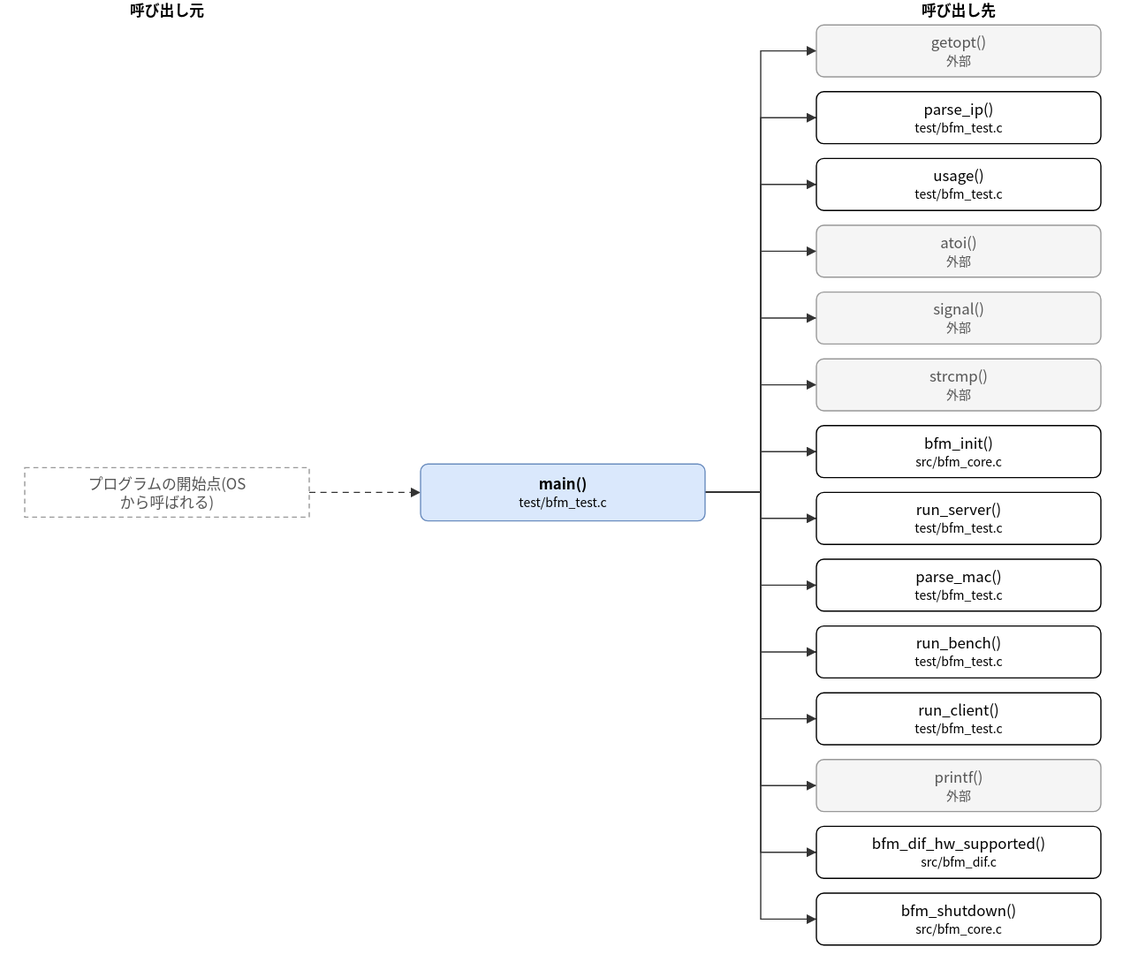
The draw.io diagram doc/spec/images/call_test_bfm_test-main.drawio.svg in hf355051012-ai/bfmem, before a commit. Source tidied: cells renumbered, new cells last; positions are measured from the earlier drawing's top-left corner, leaving out a move shared by most shapes.
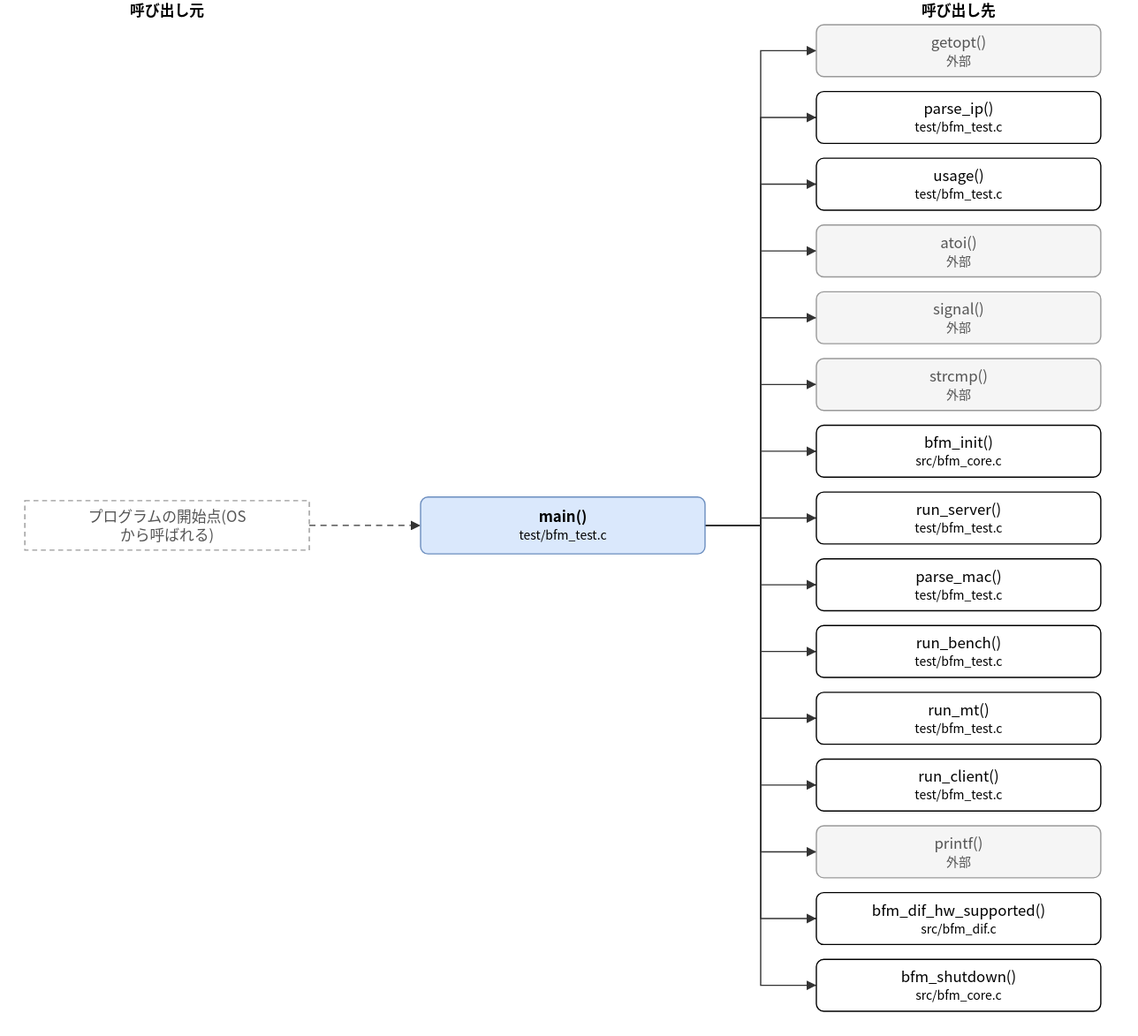
Later version of the same file.

What changed in the source:
```diff
@@ -3,7 +3,7 @@
     <mxCell id="0" />
     <mxCell id="1" parent="0" />
     <mxCell id="2" value="main()&lt;br&gt;&lt;font style=&quot;font-size:10px&quot;&gt;test/bfm_test.c&lt;/font&gt;" style="rounded=1;whiteSpace=wrap;html=1;fillColor=#dae8fc;strokeColor=#6c8ebf;fontStyle=1;" parent="1" vertex="1">
-      <mxGeometry x="320" y="375" width="230" height="46" as="geometry" />
+      <mxGeometry x="320" y="402" width="230" height="46" as="geometry" />
     </mxCell>
     <mxCell id="3" value="getopt()&lt;br&gt;&lt;font style=&quot;font-size:10px&quot;&gt;外部&lt;/font&gt;" style="rounded=1;whiteSpace=wrap;html=1;fillColor=#f5f5f5;strokeColor=#999999;fontColor=#555555;" parent="1" vertex="1">
       <mxGeometry x="640" y="20" width="230" height="42" as="geometry" />
@@ -35,25 +35,28 @@
     <mxCell id="12" value="run_bench()&lt;br&gt;&lt;font style=&quot;font-size:10px&quot;&gt;test/bfm_test.c&lt;/font&gt;" style="rounded=1;whiteSpace=wrap;html=1;" parent="1" vertex="1">
       <mxGeometry x="640" y="506" width="230" height="42" as="geometry" />
     </mxCell>
-    <mxCell id="13" value="run_client()&lt;br&gt;&lt;font style=&quot;font-size:10px&quot;&gt;test/bfm_test.c&lt;/font&gt;" style="rounded=1;whiteSpace=wrap;html=1;" parent="1" vertex="1">
+    <mxCell id="13" value="run_mt()&lt;br&gt;&lt;font style=&quot;font-size:10px&quot;&gt;test/bfm_test.c&lt;/font&gt;" style="rounded=1;whiteSpace=wrap;html=1;" parent="1" vertex="1">
       <mxGeometry x="640" y="560" width="230" height="42" as="geometry" />
     </mxCell>
-    <mxCell id="14" value="printf()&lt;br&gt;&lt;font style=&quot;font-size:10px&quot;&gt;外部&lt;/font&gt;" style="rounded=1;whiteSpace=wrap;html=1;fillColor=#f5f5f5;strokeColor=#999999;fontColor=#555555;" parent="1" vertex="1">
+    <mxCell id="14" value="run_client()&lt;br&gt;&lt;font style=&quot;font-size:10px&quot;&gt;test/bfm_test.c&lt;/font&gt;" style="rounded=1;whiteSpace=wrap;html=1;" parent="1" vertex="1">
       <mxGeometry x="640" y="614" width="230" height="42" as="geometry" />
     </mxCell>
-    <mxCell id="15" value="bfm_dif_hw_supported()&lt;br&gt;&lt;font style=&quot;font-size:10px&quot;&gt;src/bfm_dif.c&lt;/font&gt;" style="rounded=1;whiteSpace=wrap;html=1;" parent="1" vertex="1">
+    <mxCell id="15" value="printf()&lt;br&gt;&lt;font style=&quot;font-size:10px&quot;&gt;外部&lt;/font&gt;" style="rounded=1;whiteSpace=wrap;html=1;fillColor=#f5f5f5;strokeColor=#999999;fontColor=#555555;" parent="1" vertex="1">
       <mxGeometry x="640" y="668" width="230" height="42" as="geometry" />
     </mxCell>
-    <mxCell id="16" value="bfm_shutdown()&lt;br&gt;&lt;font style=&quot;font-size:10px&quot;&gt;src/bfm_core.c&lt;/font&gt;" style="rounded=1;whiteSpace=wrap;html=1;" parent="1" vertex="1">
+    <mxCell id="16" value="bfm_dif_hw_supported()&lt;br&gt;&lt;font style=&quot;font-size:10px&quot;&gt;src/bfm_dif.c&lt;/font&gt;" style="rounded=1;whiteSpace=wrap;html=1;" parent="1" vertex="1">
       <mxGeometry x="640" y="722" width="230" height="42" as="geometry" />
     </mxCell>
+    <mxCell id="35" value="bfm_shutdown()&lt;br&gt;&lt;font style=&quot;font-size:10px&quot;&gt;src/bfm_core.c&lt;/font&gt;" style="rounded=1;whiteSpace=wrap;html=1;" parent="1" vertex="1">
+      <mxGeometry x="640" y="776" width="230" height="42" as="geometry" />
+    </mxCell>
     <mxCell id="17" value="プログラムの開始点(OS&lt;br&gt;から呼ばれる)" style="rounded=0;whiteSpace=wrap;html=1;dashed=1;strokeColor=#999999;fontColor=#555555;dashed=1;" parent="1" vertex="1">
-      <mxGeometry y="378" width="230" height="40" as="geometry" />
+      <mxGeometry y="405" width="230" height="40" as="geometry" />
     </mxCell>
     <mxCell id="18" style="edgeStyle=none;html=1;rounded=0;endArrow=block;endFill=1;exitX=1.0000;exitY=0.5000;exitDx=0;exitDy=0;exitPerimeter=0;entryX=0.0000;entryY=0.5000;entryDx=0;entryDy=0;entryPerimeter=0;" parent="1" edge="1" source="2" target="3">
       <mxGeometry relative="1" as="geometry">
         <Array as="points">
-          <mxPoint x="595" y="398" />
+          <mxPoint x="595" y="425" />
           <mxPoint x="595" y="41" />
         </Array>
       </mxGeometry>
@@ -61,7 +64,7 @@
     <mxCell id="19" style="edgeStyle=none;html=1;rounded=0;endArrow=block;endFill=1;exitX=1.0000;exitY=0.5000;exitDx=0;exitDy=0;exitPerimeter=0;entryX=0.0000;entryY=0.5000;entryDx=0;entryDy=0;entryPerimeter=0;" parent="1" edge="1" source="2" target="4">
       <mxGeometry relative="1" as="geometry">
         <Array as="points">
-          <mxPoint x="595" y="398" />
+          <mxPoint x="595" y="425" />
           <mxPoint x="595" y="95" />
         </Array>
       </mxGeometry>
@@ -69,7 +72,7 @@
     <mxCell id="20" style="edgeStyle=none;html=1;rounded=0;endArrow=block;endFill=1;exitX=1.0000;exitY=0.5000;exitDx=0;exitDy=0;exitPerimeter=0;entryX=0.0000;entryY=0.5000;entryDx=0;entryDy=0;entryPerimeter=0;" parent="1" edge="1" source="2" target="5">
       <mxGeometry relative="1" as="geometry">
         <Array as="points">
-          <mxPoint x="595" y="398" />
+          <mxPoint x="595" y="425" />
           <mxPoint x="595" y="149" />
         </Array>
       </mxGeometry>
@@ -77,7 +80,7 @@
     <mxCell id="21" style="edgeStyle=none;html=1;rounded=0;endArrow=block;endFill=1;exitX=1.0000;exitY=0.5000;exitDx=0;exitDy=0;exitPerimeter=0;entryX=0.0000;entryY=0.5000;entryDx=0;entryDy=0;entryPerimeter=0;" parent="1" edge="1" source="2" target="6">
       <mxGeometry relative="1" as="geometry">
         <Array as="points">
-          <mxPoint x="595" y="398" />
+          <mxPoint x="595" y="425" />
           <mxPoint x="595" y="203" />
         </Array>
       </mxGeometry>
@@ -85,7 +88,7 @@
     <mxCell id="22" style="edgeStyle=none;html=1;rounded=0;endArrow=block;endFill=1;exitX=1.0000;exitY=0.5000;exitDx=0;exitDy=0;exitPerimeter=0;entryX=0.0000;entryY=0.5000;entryDx=0;entryDy=0;entryPerimeter=0;" parent="1" edge="1" source="2" target="7">
       <mxGeometry relative="1" as="geometry">
         <Array as="points">
-          <mxPoint x="595" y="398" />
+          <mxPoint x="595" y="425" />
           <mxPoint x="595" y="257" />
         </Array>
       </mxGeometry>
@@ -93,7 +96,7 @@
     <mxCell id="23" style="edgeStyle=none;html=1;rounded=0;endArrow=block;endFill=1;exitX=1.0000;exitY=0.5000;exitDx=0;exitDy=0;exitPerimeter=0;entryX=0.0000;entryY=0.5000;entryDx=0;entryDy=0;entryPerimeter=0;" parent="1" edge="1" source="2" target="8">
       <mxGeometry relative="1" as="geometry">
         <Array as="points">
-          <mxPoint x="595" y="398" />
+          <mxPoint x="595" y="425" />
           <mxPoint x="595" y="311" />
         </Array>
       </mxGeometry>
@@ -101,7 +104,7 @@
     <mxCell id="24" style="edgeStyle=none;html=1;rounded=0;endArrow=block;endFill=1;exitX=1.0000;exitY=0.5000;exitDx=0;exitDy=0;exitPerimeter=0;entryX=0.0000;entryY=0.5000;entryDx=0;entryDy=0;entryPerimeter=0;" parent="1" edge="1" source="2" target="9">
       <mxGeometry relative="1" as="geometry">
         <Array as="points">
-          <mxPoint x="595" y="398" />
+          <mxPoint x="595" y="425" />
           <mxPoint x="595" y="365" />
         </Array>
       </mxGeometry>
@@ -109,7 +112,7 @@
     <mxCell id="25" style="edgeStyle=none;html=1;rounded=0;endArrow=block;endFill=1;exitX=1.0000;exitY=0.5000;exitDx=0;exitDy=0;exitPerimeter=0;entryX=0.0000;entryY=0.5000;entryDx=0;entryDy=0;entryPerimeter=0;" parent="1" edge="1" source="2" target="10">
       <mxGeometry relative="1" as="geometry">
         <Array as="points">
-          <mxPoint x="595" y="398" />
+          <mxPoint x="595" y="425" />
           <mxPoint x="595" y="419" />
         </Array>
       </mxGeometry>
@@ -117,7 +120,7 @@
     <mxCell id="26" style="edgeStyle=none;html=1;rounded=0;endArrow=block;endFill=1;exitX=1.0000;exitY=0.5000;exitDx=0;exitDy=0;exitPerimeter=0;entryX=0.0000;entryY=0.5000;entryDx=0;entryDy=0;entryPerimeter=0;" parent="1" edge="1" source="2" target="11">
       <mxGeometry relative="1" as="geometry">
         <Array as="points">
-          <mxPoint x="595" y="398" />
+          <mxPoint x="595" y="425" />
           <mxPoint x="595" y="473" />
         </Array>
       </mxGeometry>
@@ -125,7 +128,7 @@
     <mxCell id="27" style="edgeStyle=none;html=1;rounded=0;endArrow=block;endFill=1;exitX=1.0000;exitY=0.5000;exitDx=0;exitDy=0;exitPerimeter=0;entryX=0.0000;entryY=0.5000;entryDx=0;entryDy=0;entryPerimeter=0;" parent="1" edge="1" source="2" target="12">
       <mxGeometry relative="1" as="geometry">
         <Array as="points">
-          <mxPoint x="595" y="398" />
+          <mxPoint x="595" y="425" />
           <mxPoint x="595" y="527" />
         </Array>
       </mxGeometry>
@@ -133,7 +136,7 @@
     <mxCell id="28" style="edgeStyle=none;html=1;rounded=0;endArrow=block;endFill=1;exitX=1.0000;exitY=0.5000;exitDx=0;exitDy=0;exitPerimeter=0;entryX=0.0000;entryY=0.5000;entryDx=0;entryDy=0;entryPerimeter=0;" parent="1" edge="1" source="2" target="13">
       <mxGeometry relative="1" as="geometry">
         <Array as="points">
-          <mxPoint x="595" y="398" />
+          <mxPoint x="595" y="425" />
           <mxPoint x="595" y="581" />
         </Array>
       </mxGeometry>
@@ -141,7 +144,7 @@
     <mxCell id="29" style="edgeStyle=none;html=1;rounded=0;endArrow=block;endFill=1;exitX=1.0000;exitY=0.5000;exitDx=0;exitDy=0;exitPerimeter=0;entryX=0.0000;entryY=0.5000;entryDx=0;entryDy=0;entryPerimeter=0;" parent="1" edge="1" source="2" target="14">
       <mxGeometry relative="1" as="geometry">
         <Array as="points">
-          <mxPoint x="595" y="398" />
+          <mxPoint x="595" y="425" />
           <mxPoint x="595" y="635" />
         </Array>
       </mxGeometry>
@@ -149,7 +152,7 @@
     <mxCell id="30" style="edgeStyle=none;html=1;rounded=0;endArrow=block;endFill=1;exitX=1.0000;exitY=0.5000;exitDx=0;exitDy=0;exitPerimeter=0;entryX=0.0000;entryY=0.5000;entryDx=0;entryDy=0;entryPerimeter=0;" parent="1" edge="1" source="2" target="15">
       <mxGeometry relative="1" as="geometry">
         <Array as="points">
-          <mxPoint x="595" y="398" />
+          <mxPoint x="595" y="425" />
           <mxPoint x="595" y="689" />
         </Array>
       </mxGeometry>
@@ -157,14 +160,22 @@
     <mxCell id="31" style="edgeStyle=none;html=1;rounded=0;endArrow=block;endFill=1;exitX=1.0000;exitY=0.5000;exitDx=0;exitDy=0;exitPerimeter=0;entryX=0.0000;entryY=0.5000;entryDx=0;entryDy=0;entryPerimeter=0;" parent="1" edge="1" source="2" target="16">
       <mxGeometry relative="1" as="geometry">
         <Array as="points">
-          <mxPoint x="595" y="398" />
+          <mxPoint x="595" y="425" />
           <mxPoint x="595" y="743" />
         </Array>
       </mxGeometry>
     </mxCell>
-    <mxCell id="32" style="edgeStyle=none;html=1;rounded=0;endArrow=block;endFill=1;exitX=1.0000;exitY=0.5000;exitDx=0;exitDy=0;exitPerimeter=0;entryX=0.0000;entryY=0.5000;entryDx=0;entryDy=0;entryPerimeter=0;dashed=1;" parent="1" edge="1" source="17" target="2">
-      <mxGeometry relative="1" as="geometry" />
+    <mxCell id="32" style="edgeStyle=none;html=1;rounded=0;endArrow=block;endFill=1;exitX=1.0000;exitY=0.5000;exitDx=0;exitDy=0;exitPerimeter=0;entryX=0.0000;entryY=0.5000;entryDx=0;entryDy=0;entryPerimeter=0;" parent="1" edge="1" source="2" target="35">
+      <mxGeometry relative="1" as="geometry">
+        <Array as="points">
+          <mxPoint x="595" y="425" />
+          <mxPoint x="595" y="797" />
+        </Array>
+      </mxGeometry>
     </mxCell>
+    <mxCell id="36" style="edgeStyle=none;html=1;rounded=0;endArrow=block;endFill=1;exitX=1.0000;exitY=0.5000;exitDx=0;exitDy=0;exitPerimeter=0;entryX=0.0000;entryY=0.5000;entryDx=0;entryDy=0;entryPerimeter=0;dashed=1;" parent="1" edge="1" source="17" target="2">
+      <mxGeometry relative="1" as="geometry" />
+    </mxCell>
     <mxCell id="33" value="呼び出し元" style="text;html=1;align=center;fontStyle=1;" parent="1" vertex="1">
       <mxGeometry x="35" width="160" height="18" as="geometry" />
     </mxCell>
```
